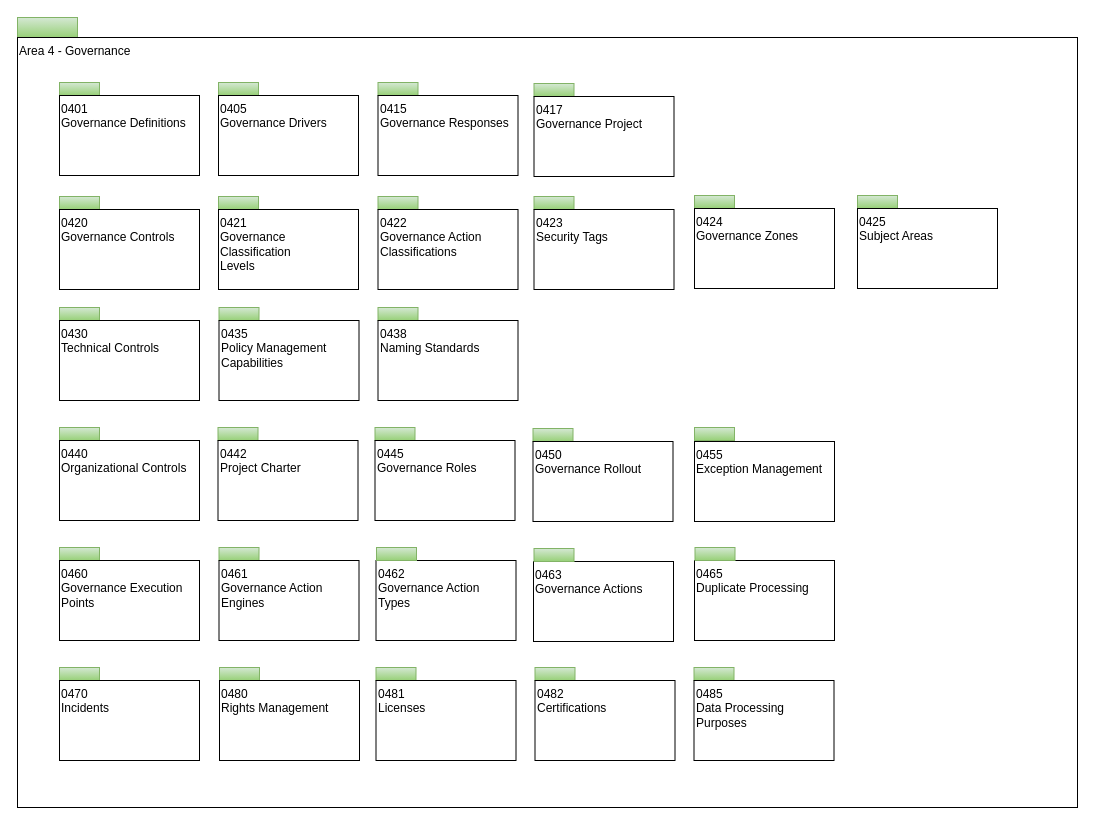
odpi/egeria keeps this draw.io diagram as page "overview" (1 of 28) of open-metadata-publication/website/open-metadata-types/area-4-governance.drawio. Above is the earlier version. Source tidied: cells renumbered, new cells numbered last; positions are measured from the earlier drawing's top-left corner, leaving out a move shared by most shapes. Both pictures are drawn from the tidied source at 100%, with x=0, y=0 at pixel (17, 17).
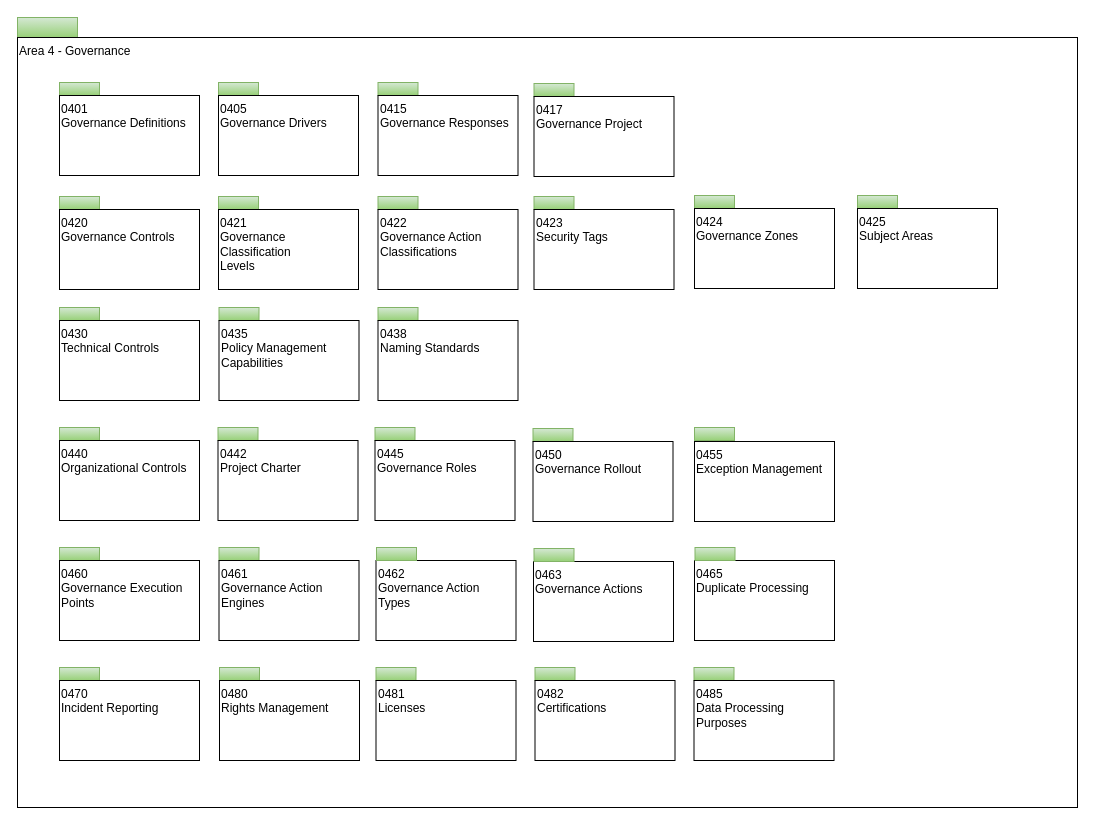
Above is the later version.

Change to the diagram source:
```diff
@@
-    <mxCell id="56" value="0470&lt;br&gt;Incidents" style="rounded=0;whiteSpace=wrap;html=1;align=left;verticalAlign=top;" parent="1" vertex="1">
+    <mxCell id="56" value="0470&lt;br&gt;Incident Reporting" style="rounded=0;whiteSpace=wrap;html=1;align=left;verticalAlign=top;" parent="1" vertex="1">
       <mxGeometry x="42" y="663" width="140" height="80" as="geometry" />
     </mxCell>
```
